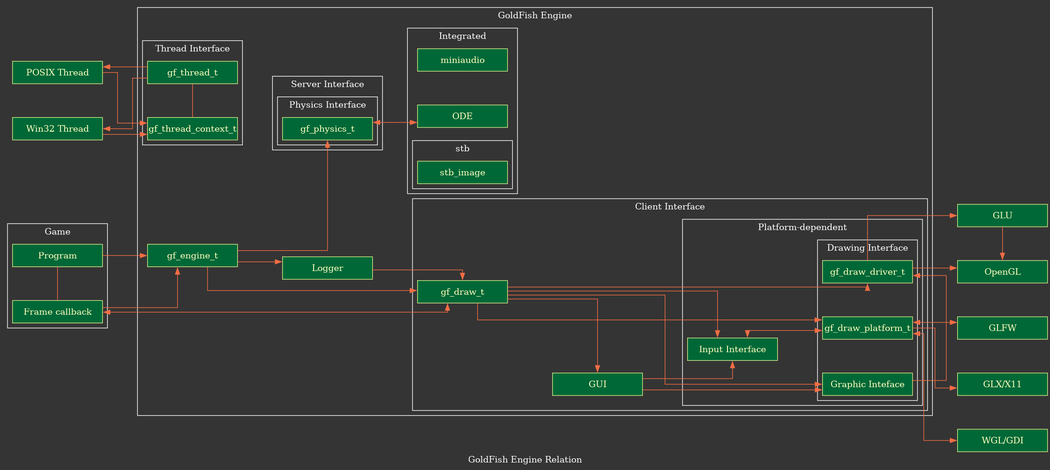
This is misc/relation.png from pyrite-dev/nishbox, a Graphviz export, as it was before one commit. Its source is kept beside it as misc/relation.gv.
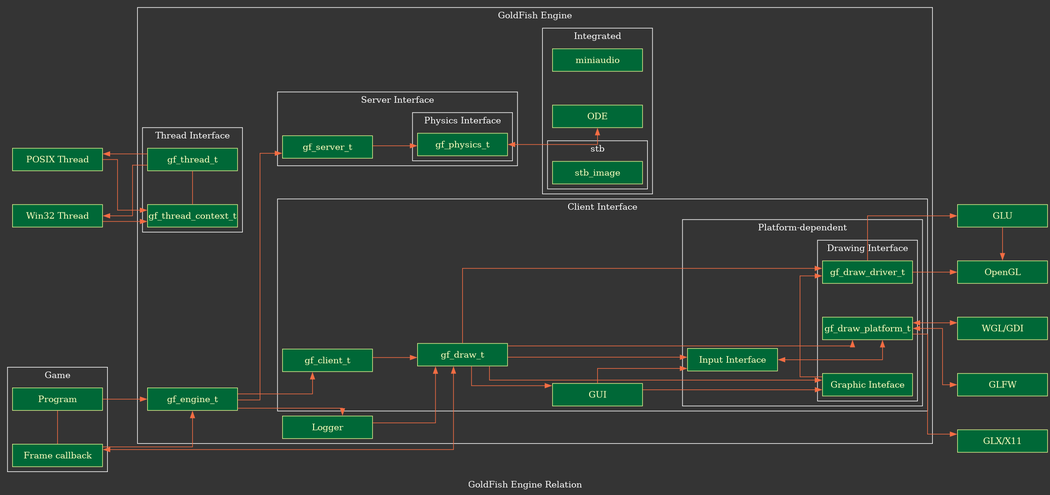
After the change.

Change to the diagram source:
```diff
@@ -74,6 +74,9 @@
 
 		subgraph cluster_client {
 			label = "Client Interface";
+			ct [
+				label = "gf_client_t"
+			];
 			gui [
 				label = "GUI"
 			];
@@ -108,6 +111,9 @@
 
 		subgraph cluster_server {
 			label = "Server Interface";
+			st [
+				label = "gf_server_t"
+			];
 
 			subgraph cluster_physics {
 				label = "Physics Interface";
@@ -154,11 +160,15 @@
 
 	uf -> gf;
 
-	gf -> dt;
+	gf -> ct;
 
-	gf -> pt;
+	gf -> st;
 
 	gf -> log;
+
+	ct -> dt;
+
+	st -> pt;
 
 	log -> dt;
 
```
